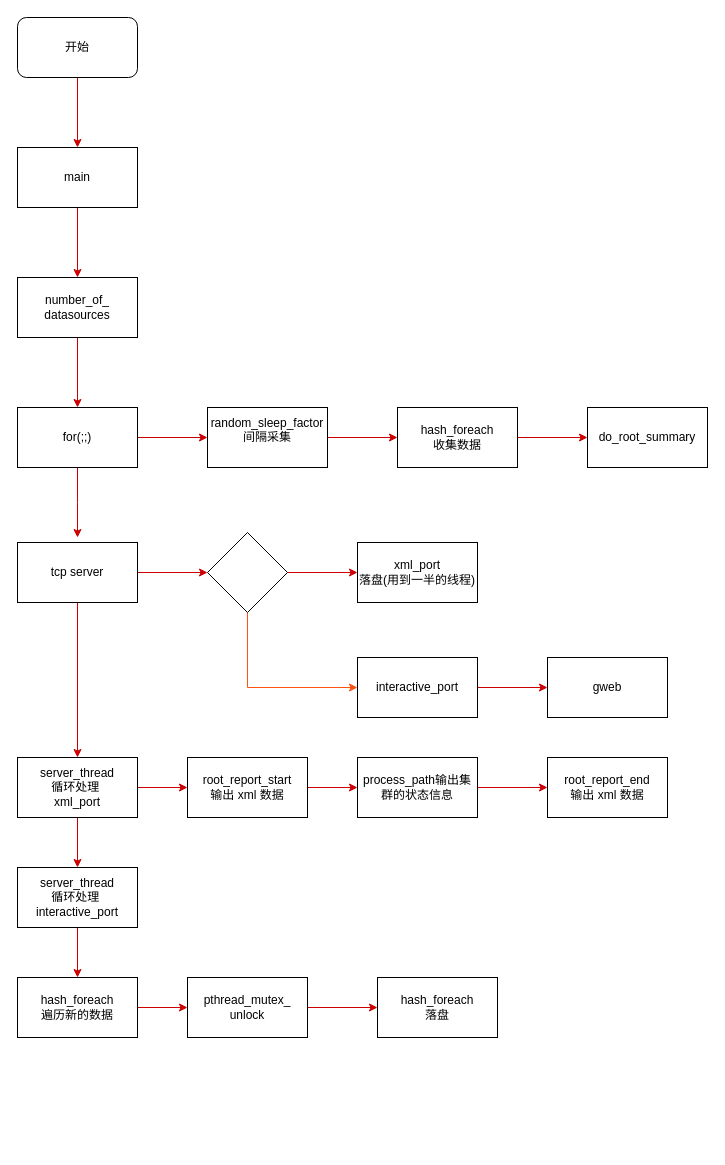
Before: gmetad.drawio in Tlwhisper/02cpp, a draw.io diagram. Source tidied: cells renumbered, new cells numbered last; positions are measured from the earlier drawing's top-left corner, leaving out a move shared by most shapes. Both pictures are drawn from the tidied source at 100%, with x=0, y=0 at pixel (17, 17).
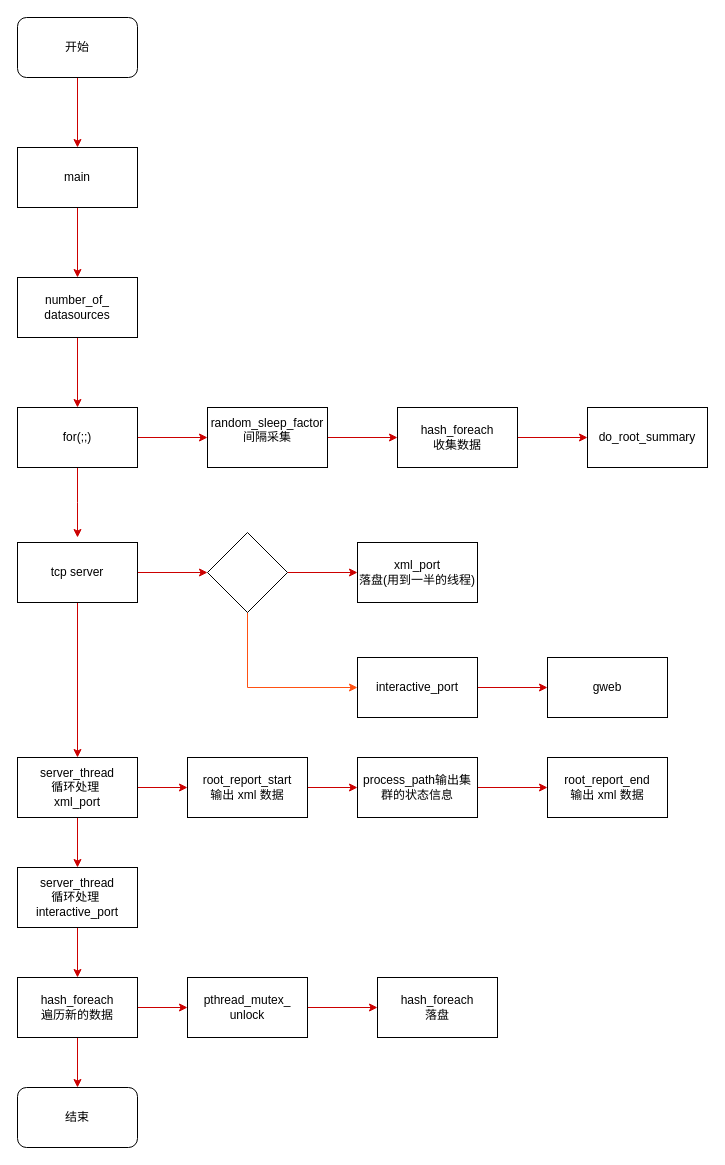
The same diagram, later.

The change refers to these unchanged cells:
```xml
<mxCell id="37" value="hash_foreach&lt;br&gt;遍历新的数据" style="rounded=0;whiteSpace=wrap;html=1;" parent="1" vertex="1">
  <mxGeometry y="960" width="120" height="60" as="geometry" />
</mxCell>
```

Diff of the diagram source:
```diff
@@
+    <mxCell id="41" style="edgeStyle=orthogonalEdgeStyle;rounded=0;jettySize=auto;html=1;strokeColor=#CC0000;entryX=0.5;entryY=0;entryDx=0;entryDy=0;" parent="1" edge="1" source="37" target="42">
+      <mxGeometry relative="1" as="geometry" />
+    </mxCell>
@@
+    <mxCell id="42" value="结束" style="rounded=1;whiteSpace=wrap;html=1;" parent="1" vertex="1">
+      <mxGeometry y="1070" width="120" height="60" as="geometry" />
+    </mxCell>
```
